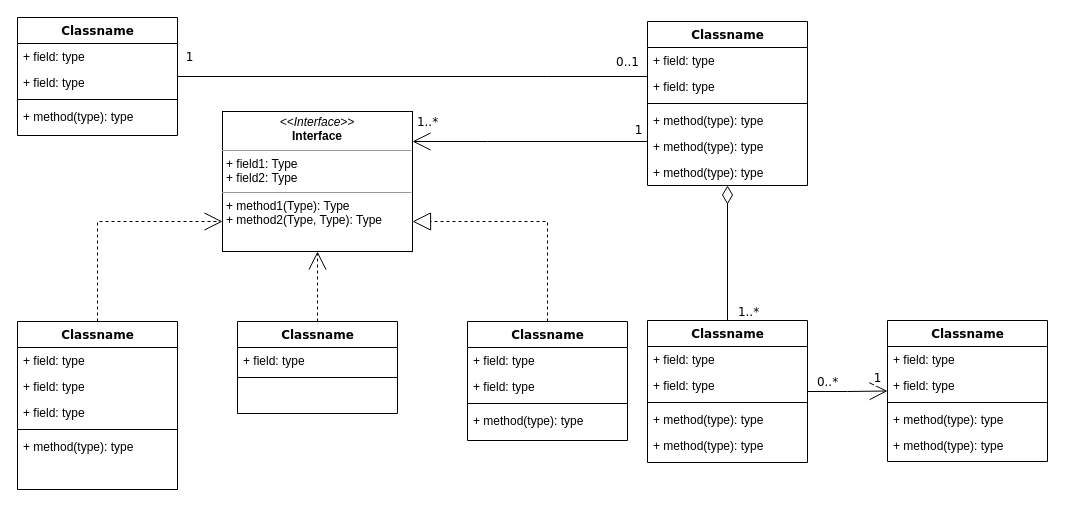
Above: ToyNN Core.drawio in Hconk/draw.io (draw.io), before the change. Source tidied: cells renumbered, new cells numbered last; positions are measured from the earlier drawing's top-left corner, leaving out a move shared by most shapes. Both pictures are drawn from the tidied source at 100%, with x=0, y=0 at pixel (17, 17).
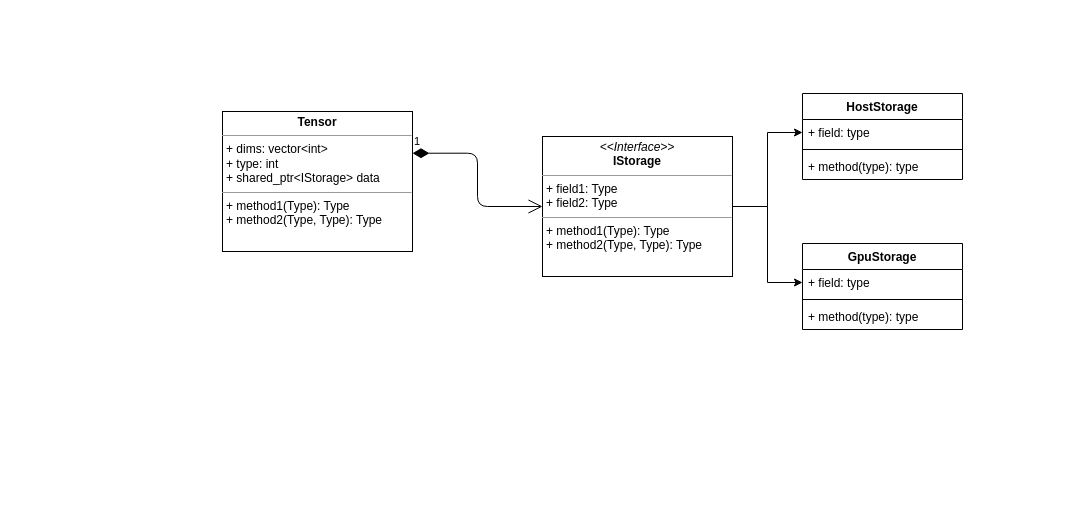
The same page after the edit.

What changed in the source:
```diff
@@
-    <mxCell id="2" style="edgeStyle=orthogonalEdgeStyle;rounded=0;html=1;dashed=1;labelBackgroundColor=none;startArrow=none;startFill=0;startSize=8;endArrow=open;endFill=0;endSize=16;fontFamily=Verdana;fontSize=12;" parent="1" edge="1" source="3" target="54">
-      <mxGeometry relative="1" as="geometry">
-        <Array as="points">
-          <mxPoint x="80" y="204" />
-        </Array>
-      </mxGeometry>
-    </mxCell>
-    <mxCell id="3" value="Classname" style="swimlane;html=1;fontStyle=1;align=center;verticalAlign=top;horizontal=1;startSize=26;swimlaneFillColor=#ffffff;rounded=0;shadow=0;comic=0;labelBackgroundColor=none;strokeWidth=1;fillColor=none;fontFamily=Verdana;fontSize=12;" parent="1" vertex="1">
-      <mxGeometry y="304" width="160" height="168" as="geometry" />
-    </mxCell>
-    <mxCell id="4" value="+ field: type" style="text;html=1;strokeColor=none;fillColor=none;align=left;verticalAlign=top;spacingLeft=4;spacingRight=4;whiteSpace=wrap;overflow=hidden;" parent="3" vertex="1">
-      <mxGeometry y="26" width="160" height="26" as="geometry" />
-    </mxCell>
-    <mxCell id="5" value="+ field: type" style="text;html=1;strokeColor=none;fillColor=none;align=left;verticalAlign=top;spacingLeft=4;spacingRight=4;whiteSpace=wrap;overflow=hidden;" parent="3" vertex="1">
-      <mxGeometry y="52" width="160" height="26" as="geometry" />
-    </mxCell>
-    <mxCell id="6" value="+ field: type" style="text;html=1;strokeColor=none;fillColor=none;align=left;verticalAlign=top;spacingLeft=4;spacingRight=4;whiteSpace=wrap;overflow=hidden;" parent="3" vertex="1">
-      <mxGeometry y="78" width="160" height="26" as="geometry" />
-    </mxCell>
-    <mxCell id="7" style="line;html=1;strokeWidth=1;fillColor=none;align=left;verticalAlign=middle;spacingTop=-1;spacingLeft=3;spacingRight=3;labelPosition=right;" parent="3" vertex="1">
-      <mxGeometry y="104" width="160" height="8" as="geometry" />
-    </mxCell>
-    <mxCell id="8" value="+ method(type): type" style="text;html=1;strokeColor=none;fillColor=none;align=left;verticalAlign=top;spacingLeft=4;spacingRight=4;whiteSpace=wrap;overflow=hidden;" parent="3" vertex="1">
-      <mxGeometry y="112" width="160" height="26" as="geometry" />
-    </mxCell>
-    <mxCell id="9" value="Classname" style="swimlane;html=1;fontStyle=1;align=center;verticalAlign=top;horizontal=1;startSize=26;swimlaneFillColor=#ffffff;rounded=0;shadow=0;comic=0;labelBackgroundColor=none;strokeWidth=1;fillColor=none;fontFamily=Verdana;fontSize=12;" parent="1" vertex="1">
-      <mxGeometry width="160" height="118" as="geometry" />
-    </mxCell>
-    <mxCell id="10" value="+ field: type" style="text;html=1;strokeColor=none;fillColor=none;align=left;verticalAlign=top;spacingLeft=4;spacingRight=4;whiteSpace=wrap;overflow=hidden;" parent="9" vertex="1">
-      <mxGeometry y="26" width="160" height="26" as="geometry" />
-    </mxCell>
-    <mxCell id="11" value="+ field: type" style="text;html=1;strokeColor=none;fillColor=none;align=left;verticalAlign=top;spacingLeft=4;spacingRight=4;whiteSpace=wrap;overflow=hidden;" parent="9" vertex="1">
-      <mxGeometry y="52" width="160" height="26" as="geometry" />
-    </mxCell>
-    <mxCell id="12" style="line;html=1;strokeWidth=1;fillColor=none;align=left;verticalAlign=middle;spacingTop=-1;spacingLeft=3;spacingRight=3;labelPosition=right;" parent="9" vertex="1">
-      <mxGeometry y="78" width="160" height="8" as="geometry" />
-    </mxCell>
-    <mxCell id="13" value="+ method(type): type" style="text;html=1;strokeColor=none;fillColor=none;align=left;verticalAlign=top;spacingLeft=4;spacingRight=4;whiteSpace=wrap;overflow=hidden;" parent="9" vertex="1">
-      <mxGeometry y="86" width="160" height="26" as="geometry" />
-    </mxCell>
-    <mxCell id="14" style="edgeStyle=orthogonalEdgeStyle;rounded=0;html=1;labelBackgroundColor=none;startArrow=none;startFill=0;startSize=8;endArrow=open;endFill=0;endSize=16;fontFamily=Verdana;fontSize=12;" parent="1" edge="1" source="20" target="54">
-      <mxGeometry relative="1" as="geometry">
-        <Array as="points">
-          <mxPoint x="470" y="124" />
-          <mxPoint x="470" y="124" />
-        </Array>
-      </mxGeometry>
-    </mxCell>
-    <mxCell id="15" value="1..*" style="text;html=1;align=center;verticalAlign=middle;labelBackgroundColor=#ffffff;fontSize=12;fontFamily=Verdana;" parent="14" vertex="1">
-      <mxGeometry x="0.86" y="2" relative="1" as="geometry">
-        <mxPoint x="-2" y="-22" as="offset" />
-      </mxGeometry>
-    </mxCell>
-    <mxCell id="16" value="1" style="text;html=1;align=center;verticalAlign=middle;labelBackgroundColor=#ffffff;fontSize=12;fontFamily=Verdana;" parent="14" vertex="1">
-      <mxGeometry x="0.36" y="152" relative="1" as="geometry">
-        <mxPoint x="150" y="-164" as="offset" />
-      </mxGeometry>
-    </mxCell>
-    <mxCell id="17" style="edgeStyle=orthogonalEdgeStyle;rounded=0;html=1;labelBackgroundColor=none;startArrow=none;startFill=0;startSize=8;endArrow=none;endFill=0;endSize=16;fontFamily=Verdana;fontSize=12;" parent="1" edge="1" source="20" target="9">
-      <mxGeometry relative="1" as="geometry">
-        <Array as="points">
-          <mxPoint x="530" y="59" />
-          <mxPoint x="530" y="59" />
-        </Array>
-      </mxGeometry>
-    </mxCell>
-    <mxCell id="18" value="0..1" style="text;html=1;align=center;verticalAlign=middle;labelBackgroundColor=#ffffff;fontSize=12;fontFamily=Verdana;" parent="17" vertex="1">
-      <mxGeometry x="-0.57" y="-86" relative="1" as="geometry">
-        <mxPoint x="80" y="71" as="offset" />
-      </mxGeometry>
-    </mxCell>
-    <mxCell id="19" value="1" style="text;html=1;align=center;verticalAlign=middle;labelBackgroundColor=#ffffff;fontSize=12;fontFamily=Verdana;" parent="17" vertex="1">
-      <mxGeometry x="0.89" y="-1" relative="1" as="geometry">
-        <mxPoint x="-15" y="-19" as="offset" />
-      </mxGeometry>
-    </mxCell>
-    <mxCell id="20" value="Classname" style="swimlane;html=1;fontStyle=1;align=center;verticalAlign=top;horizontal=1;startSize=26;swimlaneFillColor=#ffffff;rounded=0;shadow=0;comic=0;labelBackgroundColor=none;strokeWidth=1;fillColor=none;fontFamily=Verdana;fontSize=12;" parent="1" vertex="1">
-      <mxGeometry x="630" y="4" width="160" height="164" as="geometry" />
-    </mxCell>
-    <mxCell id="21" value="+ field: type" style="text;html=1;strokeColor=none;fillColor=none;align=left;verticalAlign=top;spacingLeft=4;spacingRight=4;whiteSpace=wrap;overflow=hidden;" parent="20" vertex="1">
-      <mxGeometry y="26" width="160" height="26" as="geometry" />
-    </mxCell>
-    <mxCell id="22" value="+ field: type" style="text;html=1;strokeColor=none;fillColor=none;align=left;verticalAlign=top;spacingLeft=4;spacingRight=4;whiteSpace=wrap;overflow=hidden;" parent="20" vertex="1">
-      <mxGeometry y="52" width="160" height="26" as="geometry" />
-    </mxCell>
-    <mxCell id="23" style="line;html=1;strokeWidth=1;fillColor=none;align=left;verticalAlign=middle;spacingTop=-1;spacingLeft=3;spacingRight=3;labelPosition=right;" parent="20" vertex="1">
-      <mxGeometry y="78" width="160" height="8" as="geometry" />
-    </mxCell>
-    <mxCell id="24" value="+ method(type): type" style="text;html=1;strokeColor=none;fillColor=none;align=left;verticalAlign=top;spacingLeft=4;spacingRight=4;whiteSpace=wrap;overflow=hidden;" parent="20" vertex="1">
-      <mxGeometry y="86" width="160" height="26" as="geometry" />
-    </mxCell>
-    <mxCell id="25" value="+ method(type): type" style="text;html=1;strokeColor=none;fillColor=none;align=left;verticalAlign=top;spacingLeft=4;spacingRight=4;whiteSpace=wrap;overflow=hidden;" parent="20" vertex="1">
-      <mxGeometry y="112" width="160" height="26" as="geometry" />
-    </mxCell>
-    <mxCell id="26" value="+ method(type): type" style="text;html=1;strokeColor=none;fillColor=none;align=left;verticalAlign=top;spacingLeft=4;spacingRight=4;whiteSpace=wrap;overflow=hidden;" parent="20" vertex="1">
-      <mxGeometry y="138" width="160" height="26" as="geometry" />
-    </mxCell>
-    <mxCell id="27" style="edgeStyle=orthogonalEdgeStyle;rounded=0;html=1;dashed=1;labelBackgroundColor=none;startArrow=none;startFill=0;startSize=8;endArrow=open;endFill=0;endSize=16;fontFamily=Verdana;fontSize=12;" parent="1" edge="1" source="28" target="54">
-      <mxGeometry relative="1" as="geometry" />
-    </mxCell>
-    <mxCell id="28" value="Classname" style="swimlane;html=1;fontStyle=1;align=center;verticalAlign=top;horizontal=1;startSize=26;swimlaneFillColor=#ffffff;rounded=0;shadow=0;comic=0;labelBackgroundColor=none;strokeWidth=1;fillColor=none;fontFamily=Verdana;fontSize=12;" parent="1" vertex="1">
-      <mxGeometry x="220" y="304" width="160" height="92" as="geometry" />
-    </mxCell>
-    <mxCell id="29" value="+ field: type" style="text;html=1;strokeColor=none;fillColor=none;align=left;verticalAlign=top;spacingLeft=4;spacingRight=4;whiteSpace=wrap;overflow=hidden;" parent="28" vertex="1">
-      <mxGeometry y="26" width="160" height="26" as="geometry" />
-    </mxCell>
-    <mxCell id="30" style="line;html=1;strokeWidth=1;fillColor=none;align=left;verticalAlign=middle;spacingTop=-1;spacingLeft=3;spacingRight=3;labelPosition=right;" parent="28" vertex="1">
-      <mxGeometry y="52" width="160" height="8" as="geometry" />
-    </mxCell>
-    <mxCell id="31" style="edgeStyle=orthogonalEdgeStyle;rounded=0;html=1;labelBackgroundColor=none;startArrow=none;startFill=0;startSize=8;endArrow=diamondThin;endFill=0;endSize=16;fontFamily=Verdana;fontSize=12;" parent="1" edge="1" source="36" target="20">
-      <mxGeometry relative="1" as="geometry" />
-    </mxCell>
-    <mxCell id="32" value="1..*" style="text;html=1;align=center;verticalAlign=middle;labelBackgroundColor=#ffffff;fontSize=12;fontFamily=Verdana;" parent="31" vertex="1">
-      <mxGeometry x="-0.85" y="-1" relative="1" as="geometry">
-        <mxPoint x="19" y="1" as="offset" />
-      </mxGeometry>
-    </mxCell>
-    <mxCell id="33" style="edgeStyle=orthogonalEdgeStyle;rounded=0;html=1;labelBackgroundColor=none;startArrow=none;startFill=0;startSize=8;endArrow=open;endFill=0;endSize=16;fontFamily=Verdana;fontSize=12;" parent="1" edge="1" source="36" target="42">
-      <mxGeometry relative="1" as="geometry" />
-    </mxCell>
-    <mxCell id="34" value="0..*" style="text;html=1;align=center;verticalAlign=middle;labelBackgroundColor=#ffffff;fontSize=12;fontFamily=Verdana;" parent="33" vertex="1">
-      <mxGeometry x="-0.79" relative="1" as="geometry">
-        <mxPoint x="11" y="-10" as="offset" />
-      </mxGeometry>
-    </mxCell>
-    <mxCell id="35" value="1" style="text;html=1;align=center;verticalAlign=middle;labelBackgroundColor=#ffffff;fontSize=12;fontFamily=Verdana;" parent="33" vertex="1">
-      <mxGeometry x="0.7" y="1" relative="1" as="geometry">
-        <mxPoint x="2" y="-12" as="offset" />
-      </mxGeometry>
-    </mxCell>
-    <mxCell id="36" value="Classname" style="swimlane;html=1;fontStyle=1;align=center;verticalAlign=top;horizontal=1;startSize=26;swimlaneFillColor=#ffffff;rounded=0;shadow=0;comic=0;labelBackgroundColor=none;strokeWidth=1;fillColor=none;fontFamily=Verdana;fontSize=12;" parent="1" vertex="1">
-      <mxGeometry x="630" y="303" width="160" height="142" as="geometry" />
-    </mxCell>
-    <mxCell id="37" value="+ field: type" style="text;html=1;strokeColor=none;fillColor=none;align=left;verticalAlign=top;spacingLeft=4;spacingRight=4;whiteSpace=wrap;overflow=hidden;" parent="36" vertex="1">
-      <mxGeometry y="26" width="160" height="26" as="geometry" />
-    </mxCell>
-    <mxCell id="38" value="+ field: type" style="text;html=1;strokeColor=none;fillColor=none;align=left;verticalAlign=top;spacingLeft=4;spacingRight=4;whiteSpace=wrap;overflow=hidden;" parent="36" vertex="1">
-      <mxGeometry y="52" width="160" height="26" as="geometry" />
-    </mxCell>
-    <mxCell id="39" style="line;html=1;strokeWidth=1;fillColor=none;align=left;verticalAlign=middle;spacingTop=-1;spacingLeft=3;spacingRight=3;labelPosition=right;" parent="36" vertex="1">
-      <mxGeometry y="78" width="160" height="8" as="geometry" />
-    </mxCell>
-    <mxCell id="40" value="+ method(type): type" style="text;html=1;strokeColor=none;fillColor=none;align=left;verticalAlign=top;spacingLeft=4;spacingRight=4;whiteSpace=wrap;overflow=hidden;" parent="36" vertex="1">
-      <mxGeometry y="86" width="160" height="26" as="geometry" />
-    </mxCell>
-    <mxCell id="41" value="+ method(type): type" style="text;html=1;strokeColor=none;fillColor=none;align=left;verticalAlign=top;spacingLeft=4;spacingRight=4;whiteSpace=wrap;overflow=hidden;" parent="36" vertex="1">
-      <mxGeometry y="112" width="160" height="26" as="geometry" />
-    </mxCell>
-    <mxCell id="42" value="Classname" style="swimlane;html=1;fontStyle=1;align=center;verticalAlign=top;horizontal=1;startSize=26;swimlaneFillColor=#ffffff;rounded=0;shadow=0;comic=0;labelBackgroundColor=none;strokeWidth=1;fillColor=none;fontFamily=Verdana;fontSize=12;" parent="1" vertex="1">
-      <mxGeometry x="870" y="303" width="160" height="141" as="geometry" />
-    </mxCell>
-    <mxCell id="43" value="+ field: type" style="text;html=1;strokeColor=none;fillColor=none;align=left;verticalAlign=top;spacingLeft=4;spacingRight=4;whiteSpace=wrap;overflow=hidden;" parent="42" vertex="1">
-      <mxGeometry y="26" width="160" height="26" as="geometry" />
-    </mxCell>
-    <mxCell id="44" value="+ field: type" style="text;html=1;strokeColor=none;fillColor=none;align=left;verticalAlign=top;spacingLeft=4;spacingRight=4;whiteSpace=wrap;overflow=hidden;" parent="42" vertex="1">
-      <mxGeometry y="52" width="160" height="26" as="geometry" />
-    </mxCell>
-    <mxCell id="45" style="line;html=1;strokeWidth=1;fillColor=none;align=left;verticalAlign=middle;spacingTop=-1;spacingLeft=3;spacingRight=3;labelPosition=right;" parent="42" vertex="1">
-      <mxGeometry y="78" width="160" height="8" as="geometry" />
-    </mxCell>
-    <mxCell id="46" value="+ method(type): type" style="text;html=1;strokeColor=none;fillColor=none;align=left;verticalAlign=top;spacingLeft=4;spacingRight=4;whiteSpace=wrap;overflow=hidden;" parent="42" vertex="1">
-      <mxGeometry y="86" width="160" height="26" as="geometry" />
-    </mxCell>
-    <mxCell id="47" value="+ method(type): type" style="text;html=1;strokeColor=none;fillColor=none;align=left;verticalAlign=top;spacingLeft=4;spacingRight=4;whiteSpace=wrap;overflow=hidden;" parent="42" vertex="1">
-      <mxGeometry y="112" width="160" height="26" as="geometry" />
-    </mxCell>
-    <mxCell id="48" style="edgeStyle=orthogonalEdgeStyle;rounded=0;html=1;dashed=1;labelBackgroundColor=none;startArrow=none;startFill=0;startSize=8;endArrow=block;endFill=0;endSize=16;fontFamily=Verdana;fontSize=12;" parent="1" edge="1" source="49" target="54">
-      <mxGeometry relative="1" as="geometry">
-        <Array as="points">
-          <mxPoint x="530" y="204" />
-        </Array>
-      </mxGeometry>
-    </mxCell>
-    <mxCell id="49" value="Classname" style="swimlane;html=1;fontStyle=1;align=center;verticalAlign=top;horizontal=1;startSize=26;swimlaneFillColor=#ffffff;rounded=0;shadow=0;comic=0;labelBackgroundColor=none;strokeWidth=1;fillColor=none;fontFamily=Verdana;fontSize=12;" parent="1" vertex="1">
-      <mxGeometry x="450" y="304" width="160" height="119" as="geometry" />
-    </mxCell>
-    <mxCell id="50" value="+ field: type" style="text;html=1;strokeColor=none;fillColor=none;align=left;verticalAlign=top;spacingLeft=4;spacingRight=4;whiteSpace=wrap;overflow=hidden;" parent="49" vertex="1">
-      <mxGeometry y="26" width="160" height="26" as="geometry" />
-    </mxCell>
-    <mxCell id="51" value="+ field: type" style="text;html=1;strokeColor=none;fillColor=none;align=left;verticalAlign=top;spacingLeft=4;spacingRight=4;whiteSpace=wrap;overflow=hidden;" parent="49" vertex="1">
-      <mxGeometry y="52" width="160" height="26" as="geometry" />
-    </mxCell>
-    <mxCell id="52" style="line;html=1;strokeWidth=1;fillColor=none;align=left;verticalAlign=middle;spacingTop=-1;spacingLeft=3;spacingRight=3;labelPosition=right;" parent="49" vertex="1">
-      <mxGeometry y="78" width="160" height="8" as="geometry" />
-    </mxCell>
-    <mxCell id="53" value="+ method(type): type" style="text;html=1;strokeColor=none;fillColor=none;align=left;verticalAlign=top;spacingLeft=4;spacingRight=4;whiteSpace=wrap;overflow=hidden;" parent="49" vertex="1">
-      <mxGeometry y="86" width="160" height="26" as="geometry" />
-    </mxCell>
-    <mxCell id="54" value="&lt;p style=&quot;margin:0px;margin-top:4px;text-align:center;&quot;&gt;&lt;i&gt;&amp;lt;&amp;lt;Interface&amp;gt;&amp;gt;&lt;/i&gt;&lt;br/&gt;&lt;b&gt;Interface&lt;/b&gt;&lt;/p&gt;&lt;hr size=&quot;1&quot;/&gt;&lt;p style=&quot;margin:0px;margin-left:4px;&quot;&gt;+ field1: Type&lt;br/&gt;+ field2: Type&lt;/p&gt;&lt;hr size=&quot;1&quot;/&gt;&lt;p style=&quot;margin:0px;margin-left:4px;&quot;&gt;+ method1(Type): Type&lt;br/&gt;+ method2(Type, Type): Type&lt;/p&gt;" style="verticalAlign=top;align=left;overflow=fill;fontSize=12;fontFamily=Helvetica;html=1;rounded=0;shadow=0;comic=0;labelBackgroundColor=none;strokeWidth=1;" parent="1" vertex="1">
+    <mxCell id="54" value="&lt;p style=&quot;margin: 0px ; margin-top: 4px ; text-align: center&quot;&gt;&lt;b&gt;Tensor&lt;/b&gt;&lt;/p&gt;&lt;hr size=&quot;1&quot;&gt;&lt;p style=&quot;margin: 0px ; margin-left: 4px&quot;&gt;+ dims: vector&amp;lt;int&amp;gt;&lt;br&gt;+ type: int&lt;/p&gt;&lt;p style=&quot;margin: 0px ; margin-left: 4px&quot;&gt;+ shared_ptr&amp;lt;IStorage&amp;gt; data&lt;/p&gt;&lt;hr size=&quot;1&quot;&gt;&lt;p style=&quot;margin: 0px ; margin-left: 4px&quot;&gt;+ method1(Type): Type&lt;br&gt;+ method2(Type, Type): Type&lt;/p&gt;" style="verticalAlign=top;align=left;overflow=fill;fontSize=12;fontFamily=Helvetica;html=1;rounded=0;shadow=0;comic=0;labelBackgroundColor=none;strokeWidth=1;" parent="1" vertex="1">
       <mxGeometry x="205" y="94" width="190" height="140" as="geometry" />
     </mxCell>
+    <mxCell id="55" style="edgeStyle=orthogonalEdgeStyle;rounded=0;jettySize=auto;html=1;exitX=1;exitY=0.5;exitDx=0;exitDy=0;entryX=0;entryY=0.5;entryDx=0;entryDy=0;" parent="1" edge="1" source="57" target="60">
+      <mxGeometry relative="1" as="geometry" />
+    </mxCell>
+    <mxCell id="56" style="edgeStyle=orthogonalEdgeStyle;rounded=0;jettySize=auto;html=1;entryX=0;entryY=0.5;entryDx=0;entryDy=0;" parent="1" edge="1" source="57" target="64">
+      <mxGeometry relative="1" as="geometry" />
+    </mxCell>
+    <mxCell id="57" value="&lt;p style=&quot;margin: 0px ; margin-top: 4px ; text-align: center&quot;&gt;&lt;i&gt;&amp;lt;&amp;lt;Interface&amp;gt;&amp;gt;&lt;/i&gt;&lt;br&gt;&lt;b&gt;IStorage&lt;/b&gt;&lt;/p&gt;&lt;hr size=&quot;1&quot;&gt;&lt;p style=&quot;margin: 0px ; margin-left: 4px&quot;&gt;+ field1: Type&lt;br&gt;+ field2: Type&lt;/p&gt;&lt;hr size=&quot;1&quot;&gt;&lt;p style=&quot;margin: 0px ; margin-left: 4px&quot;&gt;+ method1(Type): Type&lt;br&gt;+ method2(Type, Type): Type&lt;/p&gt;" style="verticalAlign=top;align=left;overflow=fill;fontSize=12;fontFamily=Helvetica;html=1;rounded=0;shadow=0;comic=0;labelBackgroundColor=none;strokeWidth=1;" parent="1" vertex="1">
+      <mxGeometry x="525" y="119" width="190" height="140" as="geometry" />
+    </mxCell>
+    <mxCell id="58" value="1" style="endArrow=open;html=1;endSize=12;startArrow=diamondThin;startSize=14;startFill=1;edgeStyle=orthogonalEdgeStyle;align=left;verticalAlign=bottom;entryX=0;entryY=0.5;entryDx=0;entryDy=0;exitX=1;exitY=0.298;exitDx=0;exitDy=0;exitPerimeter=0;" parent="1" edge="1" source="54" target="57">
+      <mxGeometry x="-1" y="3" relative="1" as="geometry" />
+    </mxCell>
+    <mxCell id="59" value="HostStorage&#10;" style="swimlane;fontStyle=1;align=center;verticalAlign=top;horizontal=1;startSize=26;" parent="1" vertex="1">
+      <mxGeometry x="785" y="76" width="160" height="86" as="geometry" />
+    </mxCell>
+    <mxCell id="60" value="+ field: type" style="text;strokeColor=none;fillColor=none;align=left;verticalAlign=top;spacingLeft=4;spacingRight=4;overflow=hidden;points=[[0,0.5],[1,0.5]];portConstraint=eastwest;" parent="59" vertex="1">
+      <mxGeometry y="26" width="160" height="26" as="geometry" />
+    </mxCell>
+    <mxCell id="61" style="line;strokeWidth=1;fillColor=none;align=left;verticalAlign=middle;spacingTop=-1;spacingLeft=3;spacingRight=3;labelPosition=right;" parent="59" vertex="1">
+      <mxGeometry y="52" width="160" height="8" as="geometry" />
+    </mxCell>
+    <mxCell id="62" value="+ method(type): type" style="text;strokeColor=none;fillColor=none;align=left;verticalAlign=top;spacingLeft=4;spacingRight=4;overflow=hidden;" parent="59" vertex="1">
+      <mxGeometry y="60" width="160" height="26" as="geometry" />
+    </mxCell>
+    <mxCell id="63" value="GpuStorage" style="swimlane;fontStyle=1;align=center;verticalAlign=top;horizontal=1;startSize=26;" parent="1" vertex="1">
+      <mxGeometry x="785" y="226" width="160" height="86" as="geometry" />
+    </mxCell>
+    <mxCell id="64" value="+ field: type" style="text;strokeColor=none;fillColor=none;align=left;verticalAlign=top;spacingLeft=4;spacingRight=4;overflow=hidden;points=[[0,0.5],[1,0.5]];portConstraint=eastwest;" parent="63" vertex="1">
+      <mxGeometry y="26" width="160" height="26" as="geometry" />
+    </mxCell>
+    <mxCell id="65" style="line;strokeWidth=1;fillColor=none;align=left;verticalAlign=middle;spacingTop=-1;spacingLeft=3;spacingRight=3;labelPosition=right;" parent="63" vertex="1">
+      <mxGeometry y="52" width="160" height="8" as="geometry" />
+    </mxCell>
+    <mxCell id="66" value="+ method(type): type" style="text;strokeColor=none;fillColor=none;align=left;verticalAlign=top;spacingLeft=4;spacingRight=4;overflow=hidden;" parent="63" vertex="1">
+      <mxGeometry y="60" width="160" height="26" as="geometry" />
+    </mxCell>
```
